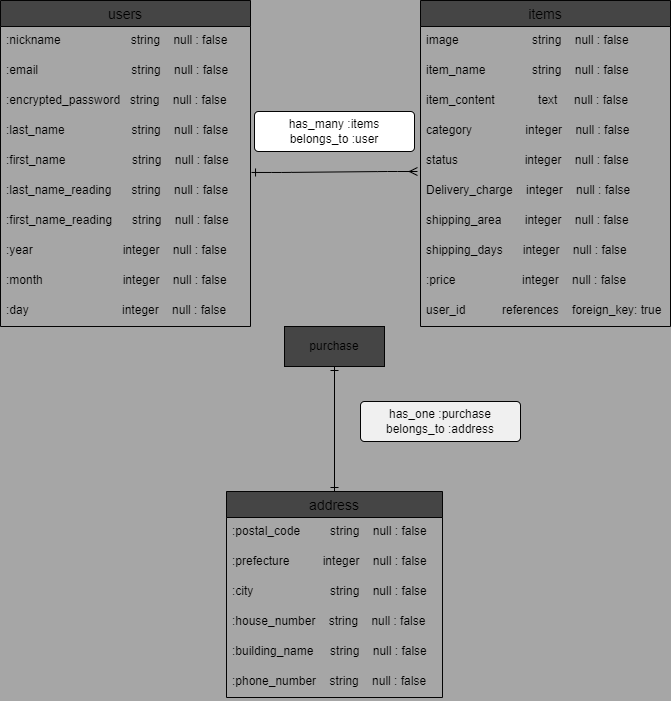
The draw.io diagram furima-40340.drawio.png in CielSA0512/furima-40340, before a commit. Source tidied: cells renumbered, new cells last; positions are measured from the earlier drawing's top-left corner, leaving out a move shared by most shapes. Its diagram source:
```xml
<mxGraphModel background="#A6A6A6">
  <root>
    <mxCell id="0" />
    <mxCell id="1" parent="0" />
    <mxCell id="2" value="users" style="swimlane;fontStyle=0;horizontal=1;startSize=26;align=center;fontSize=14;fillColor=#454545;strokeColor=#030303;" parent="1" vertex="1">
      <mxGeometry width="250" height="326" as="geometry" />
    </mxCell>
    <mxCell id="3" value=":nickname                     string    null : false" style="text;strokeColor=none;fillColor=none;spacingLeft=4;spacingRight=4;overflow=hidden;fontSize=12;" parent="2" vertex="1">
      <mxGeometry y="26" width="250" height="30" as="geometry" />
    </mxCell>
    <mxCell id="4" value=":email                            string    null : false" style="text;strokeColor=none;fillColor=none;spacingLeft=4;spacingRight=4;overflow=hidden;fontSize=12;" parent="2" vertex="1">
      <mxGeometry y="56" width="250" height="30" as="geometry" />
    </mxCell>
    <mxCell id="5" value=":encrypted_password   string    null : false" style="text;strokeColor=none;fillColor=none;spacingLeft=4;spacingRight=4;overflow=hidden;fontSize=12;" parent="2" vertex="1">
      <mxGeometry y="86" width="250" height="30" as="geometry" />
    </mxCell>
    <mxCell id="6" value=":last_name                    string    null : false" style="text;strokeColor=none;fillColor=none;spacingLeft=4;spacingRight=4;overflow=hidden;fontSize=12;" parent="2" vertex="1">
      <mxGeometry y="116" width="250" height="30" as="geometry" />
    </mxCell>
    <mxCell id="7" value=":first_name                    string    null : false" style="text;strokeColor=none;fillColor=none;spacingLeft=4;spacingRight=4;overflow=hidden;fontSize=12;" parent="2" vertex="1">
      <mxGeometry y="146" width="250" height="30" as="geometry" />
    </mxCell>
    <mxCell id="8" value=":last_name_reading      string    null : false" style="text;strokeColor=none;fillColor=none;spacingLeft=4;spacingRight=4;overflow=hidden;fontSize=12;" parent="2" vertex="1">
      <mxGeometry y="176" width="250" height="30" as="geometry" />
    </mxCell>
    <mxCell id="9" value=":first_name_reading      string    null : false" style="text;strokeColor=none;fillColor=none;spacingLeft=4;spacingRight=4;overflow=hidden;fontSize=12;" parent="2" vertex="1">
      <mxGeometry y="206" width="250" height="30" as="geometry" />
    </mxCell>
    <mxCell id="10" value=":year                           integer    null : false" style="text;strokeColor=none;fillColor=none;spacingLeft=4;spacingRight=4;overflow=hidden;points=[[0,0.5],[1,0.5]];portConstraint=eastwest;fontSize=12;" parent="2" vertex="1">
      <mxGeometry y="236" width="250" height="30" as="geometry" />
    </mxCell>
    <mxCell id="11" value=":month                        integer    null : false" style="text;strokeColor=none;fillColor=none;spacingLeft=4;spacingRight=4;overflow=hidden;fontSize=12;" parent="2" vertex="1">
      <mxGeometry y="266" width="250" height="30" as="geometry" />
    </mxCell>
    <mxCell id="12" value=":day                            integer    null : false" style="text;strokeColor=none;fillColor=none;spacingLeft=4;spacingRight=4;overflow=hidden;fontSize=12;" parent="2" vertex="1">
      <mxGeometry y="296" width="250" height="30" as="geometry" />
    </mxCell>
    <mxCell id="13" value="items" style="swimlane;fontStyle=0;horizontal=1;startSize=26;align=center;fontSize=14;fillColor=#454545;strokeColor=#030303;" parent="1" vertex="1">
      <mxGeometry x="420" width="250" height="326" as="geometry" />
    </mxCell>
    <mxCell id="14" value="image                      string    null : false" style="text;strokeColor=none;fillColor=none;spacingLeft=4;spacingRight=4;overflow=hidden;fontSize=12;" parent="13" vertex="1">
      <mxGeometry y="26" width="250" height="30" as="geometry" />
    </mxCell>
    <mxCell id="15" value="item_name              string    null : false" style="text;strokeColor=none;fillColor=none;spacingLeft=4;spacingRight=4;overflow=hidden;fontSize=12;" parent="13" vertex="1">
      <mxGeometry y="56" width="250" height="30" as="geometry" />
    </mxCell>
    <mxCell id="16" value="item_content             text     null : false" style="text;strokeColor=none;fillColor=none;spacingLeft=4;spacingRight=4;overflow=hidden;fontSize=12;" parent="13" vertex="1">
      <mxGeometry y="86" width="250" height="30" as="geometry" />
    </mxCell>
    <mxCell id="17" value="category                integer    null : false" style="text;strokeColor=none;fillColor=none;spacingLeft=4;spacingRight=4;overflow=hidden;fontSize=12;" parent="13" vertex="1">
      <mxGeometry y="116" width="250" height="30" as="geometry" />
    </mxCell>
    <mxCell id="18" value="status                    integer    null : false" style="text;strokeColor=none;fillColor=none;spacingLeft=4;spacingRight=4;overflow=hidden;fontSize=12;" parent="13" vertex="1">
      <mxGeometry y="146" width="250" height="30" as="geometry" />
    </mxCell>
    <mxCell id="19" value="Delivery_charge    integer    null : false" style="text;strokeColor=none;fillColor=none;spacingLeft=4;spacingRight=4;overflow=hidden;fontSize=12;" parent="13" vertex="1">
      <mxGeometry y="176" width="250" height="30" as="geometry" />
    </mxCell>
    <mxCell id="20" value="shipping_area       integer    null : false" style="text;strokeColor=none;fillColor=none;spacingLeft=4;spacingRight=4;overflow=hidden;fontSize=12;" parent="13" vertex="1">
      <mxGeometry y="206" width="250" height="30" as="geometry" />
    </mxCell>
    <mxCell id="21" value="shipping_days      integer    null : false" style="text;strokeColor=none;fillColor=none;spacingLeft=4;spacingRight=4;overflow=hidden;fontSize=12;" parent="13" vertex="1">
      <mxGeometry y="236" width="250" height="30" as="geometry" />
    </mxCell>
    <mxCell id="22" value=":price                    integer    null : false" style="text;strokeColor=none;fillColor=none;spacingLeft=4;spacingRight=4;overflow=hidden;fontSize=12;" parent="13" vertex="1">
      <mxGeometry y="266" width="250" height="30" as="geometry" />
    </mxCell>
    <mxCell id="23" value="user_id           references    foreign_key: true" style="text;strokeColor=none;fillColor=none;spacingLeft=4;spacingRight=4;overflow=hidden;points=[[0,0.5],[1,0.5]];portConstraint=eastwest;fontSize=12;" parent="13" vertex="1">
      <mxGeometry y="296" width="250" height="30" as="geometry" />
    </mxCell>
    <mxCell id="24" value="purchase" style="whiteSpace=wrap;html=1;align=center;fillColor=#454545;strokeColor=#030303;" parent="1" vertex="1">
      <mxGeometry x="284" y="326" width="100" height="40" as="geometry" />
    </mxCell>
    <mxCell id="25" value="address" style="swimlane;fontStyle=0;horizontal=1;startSize=26;align=center;fontSize=14;fillColor=#454545;strokeColor=#030303;" parent="1" vertex="1">
      <mxGeometry x="226" y="491" width="216" height="206" as="geometry" />
    </mxCell>
    <mxCell id="26" value=":postal_code         string    null : false" style="text;strokeColor=none;fillColor=none;spacingLeft=4;spacingRight=4;overflow=hidden;fontSize=12;" parent="25" vertex="1">
      <mxGeometry y="26" width="216" height="30" as="geometry" />
    </mxCell>
    <mxCell id="27" value=":prefecture          integer    null : false" style="text;strokeColor=none;fillColor=none;spacingLeft=4;spacingRight=4;overflow=hidden;fontSize=12;" parent="25" vertex="1">
      <mxGeometry y="56" width="216" height="30" as="geometry" />
    </mxCell>
    <mxCell id="28" value=":city                       string    null : false" style="text;strokeColor=none;fillColor=none;spacingLeft=4;spacingRight=4;overflow=hidden;fontSize=12;" parent="25" vertex="1">
      <mxGeometry y="86" width="216" height="30" as="geometry" />
    </mxCell>
    <mxCell id="29" value=":house_number    string    null : false" style="text;strokeColor=none;fillColor=none;spacingLeft=4;spacingRight=4;overflow=hidden;fontSize=12;" parent="25" vertex="1">
      <mxGeometry y="116" width="216" height="30" as="geometry" />
    </mxCell>
    <mxCell id="30" value=":building_name     string    null : false" style="text;strokeColor=none;fillColor=none;spacingLeft=4;spacingRight=4;overflow=hidden;fontSize=12;" parent="25" vertex="1">
      <mxGeometry y="146" width="216" height="30" as="geometry" />
    </mxCell>
    <mxCell id="31" value=":phone_number    string    null : false" style="text;strokeColor=none;fillColor=none;spacingLeft=4;spacingRight=4;overflow=hidden;fontSize=12;" parent="25" vertex="1">
      <mxGeometry y="176" width="216" height="30" as="geometry" />
    </mxCell>
    <mxCell id="32" value="has_many :items&lt;br&gt;belongs_to :user" style="rounded=1;arcSize=10;whiteSpace=wrap;html=1;align=center;strokeColor=#030303;fillColor=#FFFFFF;fontColor=#030303;" parent="1" vertex="1">
      <mxGeometry x="254" y="111" width="160" height="40" as="geometry" />
    </mxCell>
    <mxCell id="33" style="edgeStyle=entityRelationEdgeStyle;fontSize=12;html=1;endArrow=ERmany;startArrow=ERone;exitX=1.017;exitY=0.699;exitDx=0;exitDy=0;exitPerimeter=0;startFill=0;endFill=0;" parent="1" edge="1">
      <mxGeometry relative="1" as="geometry">
        <mxPoint x="251" y="172" as="sourcePoint" />
        <mxPoint x="417" y="171" as="targetPoint" />
      </mxGeometry>
    </mxCell>
    <mxCell id="34" style="fontSize=12;html=1;endArrow=ERone;startArrow=ERone;entryX=0.5;entryY=0;entryDx=0;entryDy=0;startFill=0;endFill=0;exitX=0.5;exitY=1;exitDx=0;exitDy=0;" parent="1" edge="1" target="25">
      <mxGeometry relative="1" as="geometry">
        <mxPoint x="334" y="366" as="sourcePoint" />
      </mxGeometry>
    </mxCell>
    <mxCell id="35" value="has_one :purchase&lt;br&gt;belongs_to :address" style="rounded=1;arcSize=10;whiteSpace=wrap;html=1;align=center;fontColor=#030303;fillColor=#F0F0F0;strokeColor=#030303;" parent="1" vertex="1">
      <mxGeometry x="360" y="401" width="160" height="40" as="geometry" />
    </mxCell>
  </root>
</mxGraphModel>
```
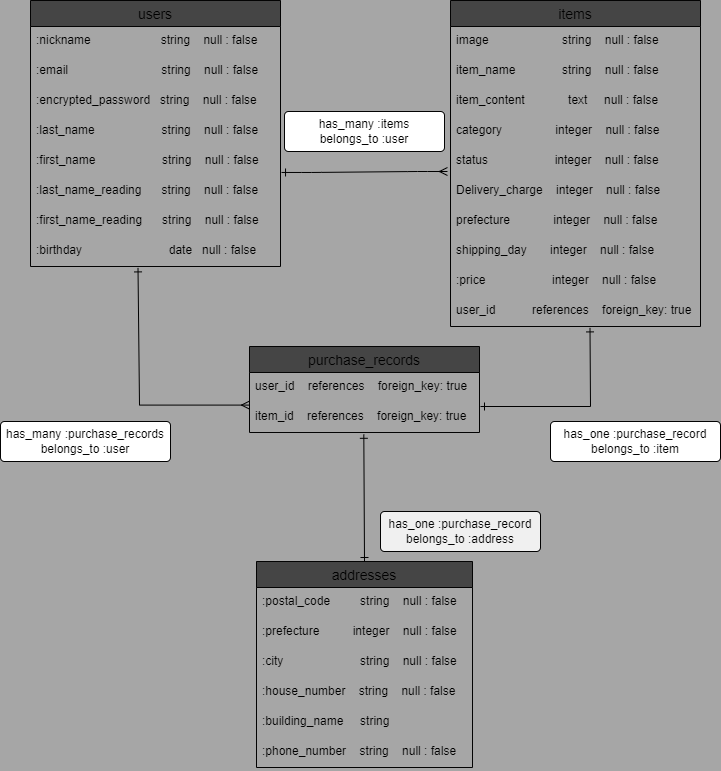
Later version of the same file.

Commit message:
データベース設計修正

Diff of the diagram source:
```diff
@@ -3,7 +3,7 @@
     <mxCell id="0" />
     <mxCell id="1" parent="0" />
     <mxCell id="2" value="users" style="swimlane;fontStyle=0;horizontal=1;startSize=26;align=center;fontSize=14;fillColor=#454545;strokeColor=#030303;" parent="1" vertex="1">
-      <mxGeometry width="250" height="326" as="geometry" />
+      <mxGeometry width="250" height="266" as="geometry" />
     </mxCell>
     <mxCell id="3" value=":nickname                     string    null : false" style="text;strokeColor=none;fillColor=none;spacingLeft=4;spacingRight=4;overflow=hidden;fontSize=12;" parent="2" vertex="1">
       <mxGeometry y="26" width="250" height="30" as="geometry" />
@@ -26,15 +26,9 @@
     <mxCell id="9" value=":first_name_reading      string    null : false" style="text;strokeColor=none;fillColor=none;spacingLeft=4;spacingRight=4;overflow=hidden;fontSize=12;" parent="2" vertex="1">
       <mxGeometry y="206" width="250" height="30" as="geometry" />
     </mxCell>
-    <mxCell id="10" value=":year                           integer    null : false" style="text;strokeColor=none;fillColor=none;spacingLeft=4;spacingRight=4;overflow=hidden;points=[[0,0.5],[1,0.5]];portConstraint=eastwest;fontSize=12;" parent="2" vertex="1">
+    <mxCell id="10" value=":birthday                          date   null : false" style="text;strokeColor=none;fillColor=none;spacingLeft=4;spacingRight=4;overflow=hidden;points=[[0,0.5],[1,0.5]];portConstraint=eastwest;fontSize=12;" parent="2" vertex="1">
       <mxGeometry y="236" width="250" height="30" as="geometry" />
     </mxCell>
-    <mxCell id="11" value=":month                        integer    null : false" style="text;strokeColor=none;fillColor=none;spacingLeft=4;spacingRight=4;overflow=hidden;fontSize=12;" parent="2" vertex="1">
-      <mxGeometry y="266" width="250" height="30" as="geometry" />
-    </mxCell>
-    <mxCell id="12" value=":day                            integer    null : false" style="text;strokeColor=none;fillColor=none;spacingLeft=4;spacingRight=4;overflow=hidden;fontSize=12;" parent="2" vertex="1">
-      <mxGeometry y="296" width="250" height="30" as="geometry" />
-    </mxCell>
     <mxCell id="13" value="items" style="swimlane;fontStyle=0;horizontal=1;startSize=26;align=center;fontSize=14;fillColor=#454545;strokeColor=#030303;" parent="1" vertex="1">
       <mxGeometry x="420" width="250" height="326" as="geometry" />
     </mxCell>
@@ -56,10 +50,10 @@
     <mxCell id="19" value="Delivery_charge    integer    null : false" style="text;strokeColor=none;fillColor=none;spacingLeft=4;spacingRight=4;overflow=hidden;fontSize=12;" parent="13" vertex="1">
       <mxGeometry y="176" width="250" height="30" as="geometry" />
     </mxCell>
-    <mxCell id="20" value="shipping_area       integer    null : false" style="text;strokeColor=none;fillColor=none;spacingLeft=4;spacingRight=4;overflow=hidden;fontSize=12;" parent="13" vertex="1">
+    <mxCell id="20" value="prefecture             integer    null : false" style="text;strokeColor=none;fillColor=none;spacingLeft=4;spacingRight=4;overflow=hidden;fontSize=12;" parent="13" vertex="1">
       <mxGeometry y="206" width="250" height="30" as="geometry" />
     </mxCell>
-    <mxCell id="21" value="shipping_days      integer    null : false" style="text;strokeColor=none;fillColor=none;spacingLeft=4;spacingRight=4;overflow=hidden;fontSize=12;" parent="13" vertex="1">
+    <mxCell id="21" value="shipping_day       integer    null : false" style="text;strokeColor=none;fillColor=none;spacingLeft=4;spacingRight=4;overflow=hidden;fontSize=12;" parent="13" vertex="1">
       <mxGeometry y="236" width="250" height="30" as="geometry" />
     </mxCell>
     <mxCell id="22" value=":price                    integer    null : false" style="text;strokeColor=none;fillColor=none;spacingLeft=4;spacingRight=4;overflow=hidden;fontSize=12;" parent="13" vertex="1">
@@ -68,11 +62,8 @@
     <mxCell id="23" value="user_id           references    foreign_key: true" style="text;strokeColor=none;fillColor=none;spacingLeft=4;spacingRight=4;overflow=hidden;points=[[0,0.5],[1,0.5]];portConstraint=eastwest;fontSize=12;" parent="13" vertex="1">
       <mxGeometry y="296" width="250" height="30" as="geometry" />
     </mxCell>
-    <mxCell id="24" value="purchase" style="whiteSpace=wrap;html=1;align=center;fillColor=#454545;strokeColor=#030303;" parent="1" vertex="1">
-      <mxGeometry x="284" y="326" width="100" height="40" as="geometry" />
-    </mxCell>
-    <mxCell id="25" value="address" style="swimlane;fontStyle=0;horizontal=1;startSize=26;align=center;fontSize=14;fillColor=#454545;strokeColor=#030303;" parent="1" vertex="1">
-      <mxGeometry x="226" y="491" width="216" height="206" as="geometry" />
+    <mxCell id="25" value="addresses" style="swimlane;fontStyle=0;horizontal=1;startSize=26;align=center;fontSize=14;fillColor=#454545;strokeColor=#030303;" parent="1" vertex="1">
+      <mxGeometry x="226" y="561" width="216" height="206" as="geometry" />
     </mxCell>
     <mxCell id="26" value=":postal_code         string    null : false" style="text;strokeColor=none;fillColor=none;spacingLeft=4;spacingRight=4;overflow=hidden;fontSize=12;" parent="25" vertex="1">
       <mxGeometry y="26" width="216" height="30" as="geometry" />
@@ -86,7 +77,7 @@
     <mxCell id="29" value=":house_number    string    null : false" style="text;strokeColor=none;fillColor=none;spacingLeft=4;spacingRight=4;overflow=hidden;fontSize=12;" parent="25" vertex="1">
       <mxGeometry y="116" width="216" height="30" as="geometry" />
     </mxCell>
-    <mxCell id="30" value=":building_name     string    null : false" style="text;strokeColor=none;fillColor=none;spacingLeft=4;spacingRight=4;overflow=hidden;fontSize=12;" parent="25" vertex="1">
+    <mxCell id="30" value=":building_name     string    " style="text;strokeColor=none;fillColor=none;spacingLeft=4;spacingRight=4;overflow=hidden;fontSize=12;" parent="25" vertex="1">
       <mxGeometry y="146" width="216" height="30" as="geometry" />
     </mxCell>
     <mxCell id="31" value=":phone_number    string    null : false" style="text;strokeColor=none;fillColor=none;spacingLeft=4;spacingRight=4;overflow=hidden;fontSize=12;" parent="25" vertex="1">
@@ -101,13 +92,42 @@
         <mxPoint x="417" y="171" as="targetPoint" />
       </mxGeometry>
     </mxCell>
-    <mxCell id="34" style="fontSize=12;html=1;endArrow=ERone;startArrow=ERone;entryX=0.5;entryY=0;entryDx=0;entryDy=0;startFill=0;endFill=0;exitX=0.5;exitY=1;exitDx=0;exitDy=0;" parent="1" edge="1" target="25">
-      <mxGeometry relative="1" as="geometry">
-        <mxPoint x="334" y="366" as="sourcePoint" />
-      </mxGeometry>
+    <mxCell id="34" style="fontSize=12;html=1;endArrow=ERone;startArrow=ERone;entryX=0.5;entryY=0;entryDx=0;entryDy=0;startFill=0;endFill=0;exitX=0.497;exitY=1.06;exitDx=0;exitDy=0;exitPerimeter=0;" parent="1" edge="1" source="38" target="25">
+      <mxGeometry relative="1" as="geometry" />
     </mxCell>
-    <mxCell id="35" value="has_one :purchase&lt;br&gt;belongs_to :address" style="rounded=1;arcSize=10;whiteSpace=wrap;html=1;align=center;fontColor=#030303;fillColor=#F0F0F0;strokeColor=#030303;" parent="1" vertex="1">
-      <mxGeometry x="360" y="401" width="160" height="40" as="geometry" />
+    <mxCell id="35" value="has_one :purchase_record&lt;br&gt;belongs_to :address" style="rounded=1;arcSize=10;whiteSpace=wrap;html=1;align=center;fontColor=#030303;fillColor=#F0F0F0;strokeColor=#030303;" parent="1" vertex="1">
+      <mxGeometry x="350" y="511" width="160" height="40" as="geometry" />
     </mxCell>
+    <mxCell id="36" value="purchase_records" style="swimlane;fontStyle=0;horizontal=1;startSize=26;align=center;fontSize=14;fillColor=#454545;strokeColor=#030303;" parent="1" vertex="1">
+      <mxGeometry x="219" y="346" width="230" height="86" as="geometry" />
+    </mxCell>
+    <mxCell id="37" value="user_id    references    foreign_key: true" style="text;strokeColor=none;fillColor=none;spacingLeft=4;spacingRight=4;overflow=hidden;fontSize=12;" parent="36" vertex="1">
+      <mxGeometry y="26" width="230" height="30" as="geometry" />
+    </mxCell>
+    <mxCell id="38" value="item_id    references    foreign_key: true" style="text;strokeColor=none;fillColor=none;spacingLeft=4;spacingRight=4;overflow=hidden;points=[[0,0.5],[1,0.5]];portConstraint=eastwest;fontSize=12;" parent="36" vertex="1">
+      <mxGeometry y="56" width="230" height="30" as="geometry" />
+    </mxCell>
+    <mxCell id="39" style="endArrow=ERone;html=1;rounded=0;entryX=0.558;entryY=1.047;entryDx=0;entryDy=0;entryPerimeter=0;startArrow=ERone;startFill=0;endFill=0;" parent="1" edge="1" target="23">
+      <mxGeometry relative="1" as="geometry">
+        <mxPoint x="450" y="406" as="sourcePoint" />
+        <Array as="points">
+          <mxPoint x="560" y="406" />
+        </Array>
+      </mxGeometry>
+    </mxCell>
+    <mxCell id="40" style="endArrow=ERone;html=1;rounded=0;entryX=0.43;entryY=1.047;entryDx=0;entryDy=0;entryPerimeter=0;startArrow=ERmany;startFill=0;endFill=0;" parent="1" edge="1" target="10">
+      <mxGeometry relative="1" as="geometry">
+        <mxPoint x="219" y="404.6" as="sourcePoint" />
+        <Array as="points">
+          <mxPoint x="109" y="404.6" />
+        </Array>
+      </mxGeometry>
+    </mxCell>
+    <mxCell id="41" value="has_many :purchase_records&lt;br&gt;belongs_to :user" style="rounded=1;arcSize=10;whiteSpace=wrap;html=1;align=center;strokeColor=#030303;fillColor=#FFFFFF;fontColor=#030303;" parent="1" vertex="1">
+      <mxGeometry x="-30" y="421" width="170" height="40" as="geometry" />
+    </mxCell>
+    <mxCell id="42" value="has_one :purchase_record&lt;br&gt;belongs_to :item" style="rounded=1;arcSize=10;whiteSpace=wrap;html=1;align=center;strokeColor=#030303;fillColor=#FFFFFF;fontColor=#030303;" parent="1" vertex="1">
+      <mxGeometry x="520" y="421" width="170" height="40" as="geometry" />
+    </mxCell>
   </root>
 </mxGraphModel>
```
